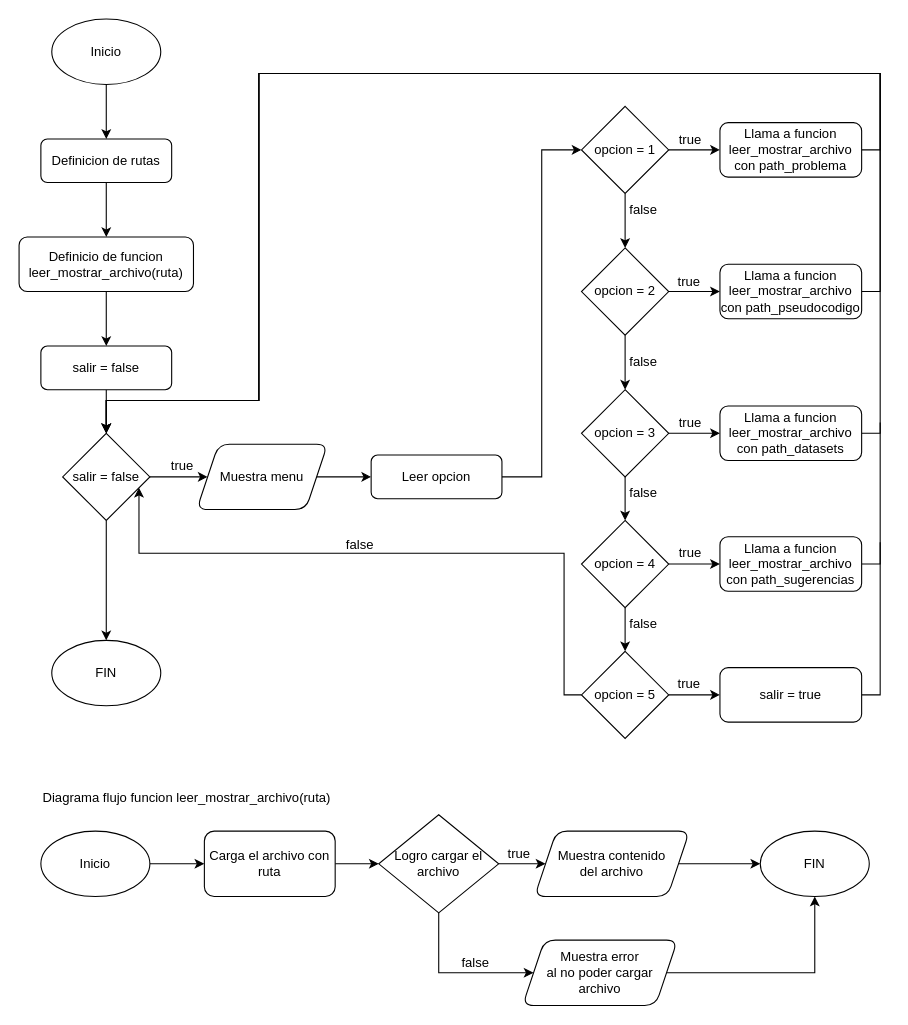
Before: diagrama_de_flujo.drawio in Torgeck/Tienda-Aurelion, a draw.io diagram. Source tidied: cells renumbered, new cells numbered last; positions are measured from the earlier drawing's top-left corner, leaving out a move shared by most shapes. Both pictures are drawn from the tidied source at 109%, with x=0, y=0 at pixel (19, 19).
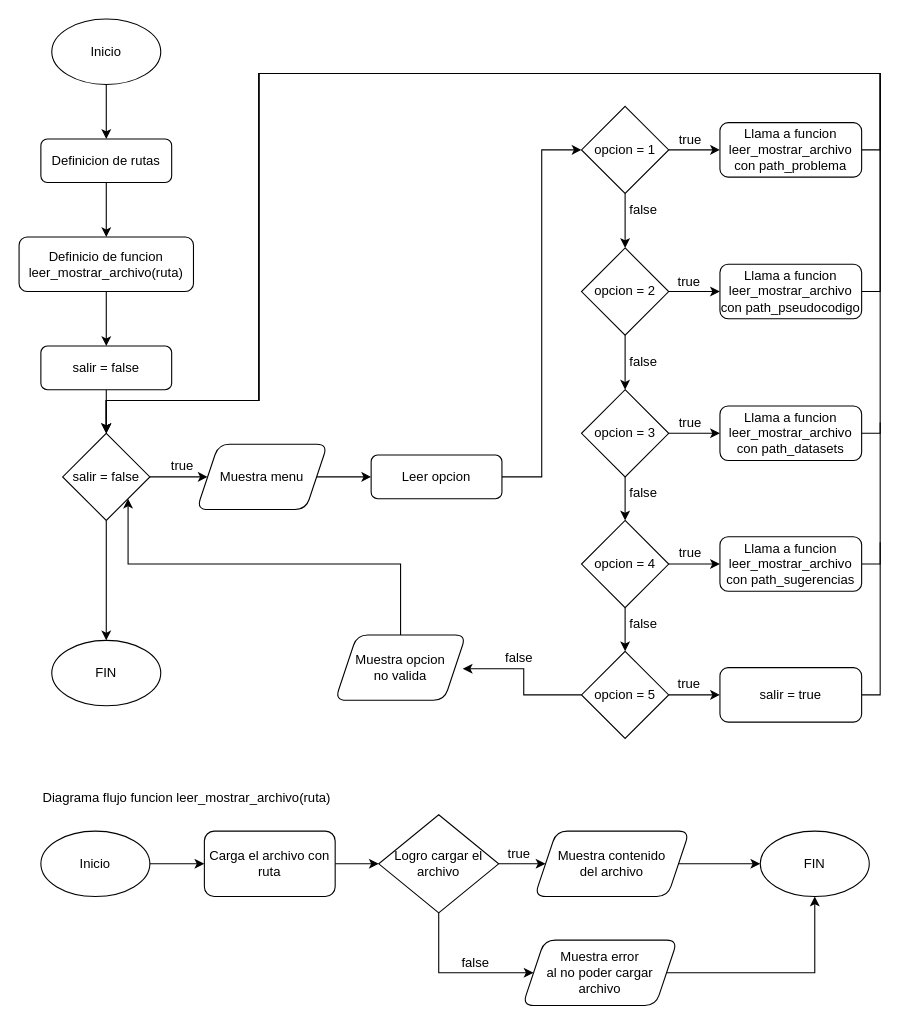
After the change.

The change refers to these unchanged cells:
```xml
<mxCell id="12" value="salir = false" style="rhombus;whiteSpace=wrap;html=1;" parent="1" vertex="1">
  <mxGeometry x="40" y="380" width="80" height="80" as="geometry" />
</mxCell>
<mxCell id="32" value="opcion = 5" style="rhombus;whiteSpace=wrap;html=1;" parent="1" vertex="1">
  <mxGeometry x="516" y="580" width="80" height="80" as="geometry" />
</mxCell>
```

The edit, as a diff of the source:
```diff
@@
-    <mxCell id="31" style="edgeStyle=orthogonalEdgeStyle;rounded=0;jettySize=auto;html=1;" parent="1" edge="1" source="32" target="12">
-      <mxGeometry relative="1" as="geometry">
-        <Array as="points">
-          <mxPoint x="500" y="620" />
-          <mxPoint x="500" y="490" />
-          <mxPoint x="110" y="490" />
-        </Array>
-      </mxGeometry>
-    </mxCell>
+    <mxCell id="69" style="edgeStyle=orthogonalEdgeStyle;rounded=0;jettySize=auto;html=1;entryX=0.975;entryY=0.517;entryDx=0;entryDy=0;entryPerimeter=0;" parent="1" edge="1" source="32" target="71">
+      <mxGeometry relative="1" as="geometry" />
+    </mxCell>
@@
     <mxCell id="47" value="false" style="text;html=1;whiteSpace=wrap;strokeColor=none;fillColor=none;align=center;verticalAlign=middle;rounded=0;" parent="1" vertex="1">
-      <mxGeometry x="283" y="468" width="60" height="30" as="geometry" />
+      <mxGeometry x="429" y="571" width="60" height="30" as="geometry" />
     </mxCell>
@@
+    <mxCell id="70" style="edgeStyle=orthogonalEdgeStyle;rounded=0;jettySize=auto;html=1;entryX=1;entryY=1;entryDx=0;entryDy=0;" parent="1" edge="1" source="71" target="12">
+      <mxGeometry relative="1" as="geometry">
+        <Array as="points">
+          <mxPoint x="350" y="500" />
+          <mxPoint x="100" y="500" />
+        </Array>
+      </mxGeometry>
+    </mxCell>
+    <mxCell id="71" value="Muestra opcion&lt;br&gt;no valida" style="rounded=1;whiteSpace=wrap;html=1;shape=parallelogram;perimeter=parallelogramPerimeter;fixedSize=1;" parent="1" vertex="1">
+      <mxGeometry x="290" y="565" width="120" height="60" as="geometry" />
+    </mxCell>
```
